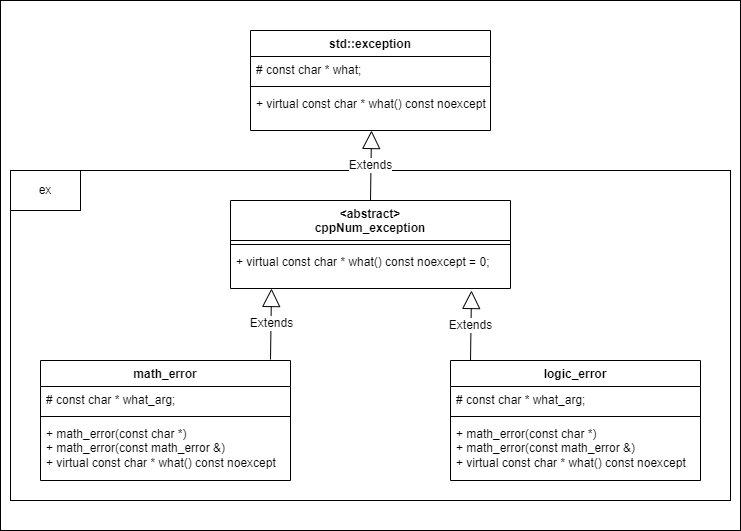
The draw.io diagram talk/figures/class_diagramm.png in ArseniyKholod/stce_ss24_ex12, before a commit. Source tidied: cells renumbered, new cells last; positions are measured from the earlier drawing's top-left corner, leaving out a move shared by most shapes.
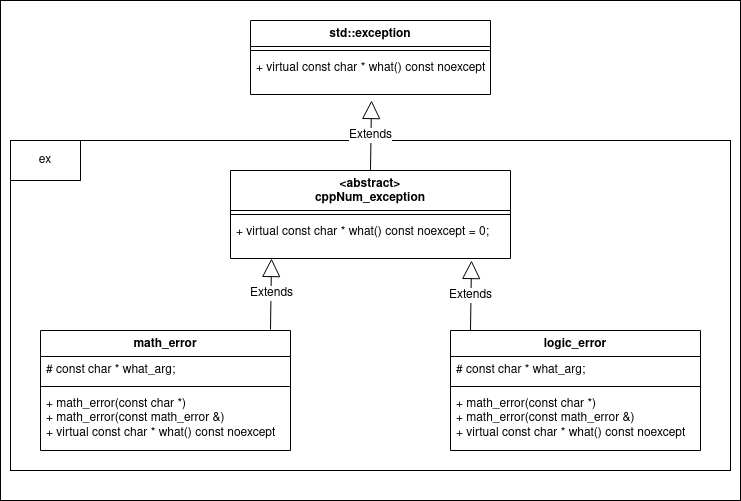
After the commit.

Diff of the diagram source:
```diff
@@ -3,7 +3,7 @@
     <mxCell id="0" />
     <mxCell id="1" parent="0" />
     <mxCell id="2" style="html=1;whiteSpace=wrap;fontSize=12;" parent="1" vertex="1">
-      <mxGeometry width="740" height="530" as="geometry" />
+      <mxGeometry y="30" width="740" height="500" as="geometry" />
     </mxCell>
     <mxCell id="3" style="html=1;whiteSpace=wrap;align=left;fontSize=12;" parent="1" vertex="1">
       <mxGeometry x="10" y="170" width="720" height="330" as="geometry" />
@@ -54,16 +54,13 @@
       </mxGeometry>
     </mxCell>
     <mxCell id="17" value="std::exception" style="swimlane;fontStyle=1;align=center;verticalAlign=top;horizontal=1;startSize=26;whiteSpace=wrap;html=1;fontSize=12;" parent="1" vertex="1">
-      <mxGeometry x="250" y="30" width="240" height="100" as="geometry" />
+      <mxGeometry x="250" y="50" width="240" height="74" as="geometry" />
     </mxCell>
-    <mxCell id="18" value="# const char * what;" style="text;strokeColor=none;fillColor=none;align=left;verticalAlign=top;spacingLeft=4;spacingRight=4;overflow=hidden;whiteSpace=wrap;html=1;fontSize=12;" parent="17" vertex="1">
-      <mxGeometry y="26" width="240" height="26" as="geometry" />
-    </mxCell>
     <mxCell id="19" style="line;strokeWidth=1;fillColor=none;align=left;verticalAlign=middle;spacingTop=-1;spacingLeft=3;spacingRight=3;labelPosition=right;strokeColor=inherit;fontSize=12;" parent="17" vertex="1">
-      <mxGeometry y="52" width="240" height="8" as="geometry" />
+      <mxGeometry y="26" width="240" height="8" as="geometry" />
     </mxCell>
     <mxCell id="20" value="+ virtual const char * what() const noexcept" style="text;strokeColor=none;fillColor=none;align=left;verticalAlign=top;spacingLeft=4;spacingRight=4;overflow=hidden;whiteSpace=wrap;html=1;fontSize=12;" parent="17" vertex="1">
-      <mxGeometry y="60" width="240" height="40" as="geometry" />
+      <mxGeometry y="34" width="240" height="40" as="geometry" />
     </mxCell>
     <mxCell id="21" value="Extends" style="endArrow=block;endSize=16;endFill=0;html=1;rounded=0;exitX=0.928;exitY=-0.033;exitDx=0;exitDy=0;exitPerimeter=0;fontSize=12;" parent="1" edge="1">
       <mxGeometry relative="1" as="geometry">
```
